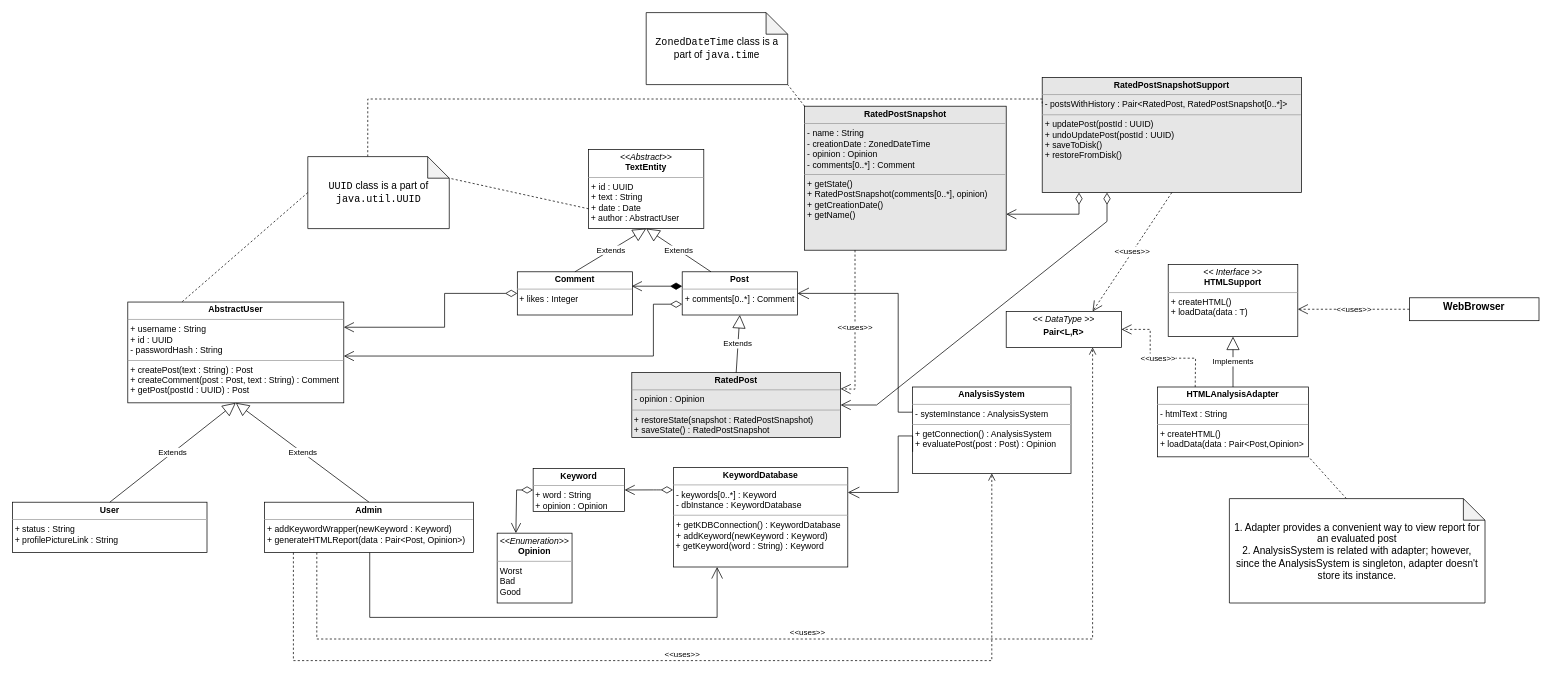
Above: assignment3/uml/assignment3.drawio in ar7ch/iu-ssad (draw.io), before the change. Source tidied: cells renumbered, new cells numbered last; positions are measured from the earlier drawing's top-left corner, leaving out a move shared by most shapes. Both pictures are drawn from the tidied source at 72%, with x=0, y=0 at pixel (12, 12).
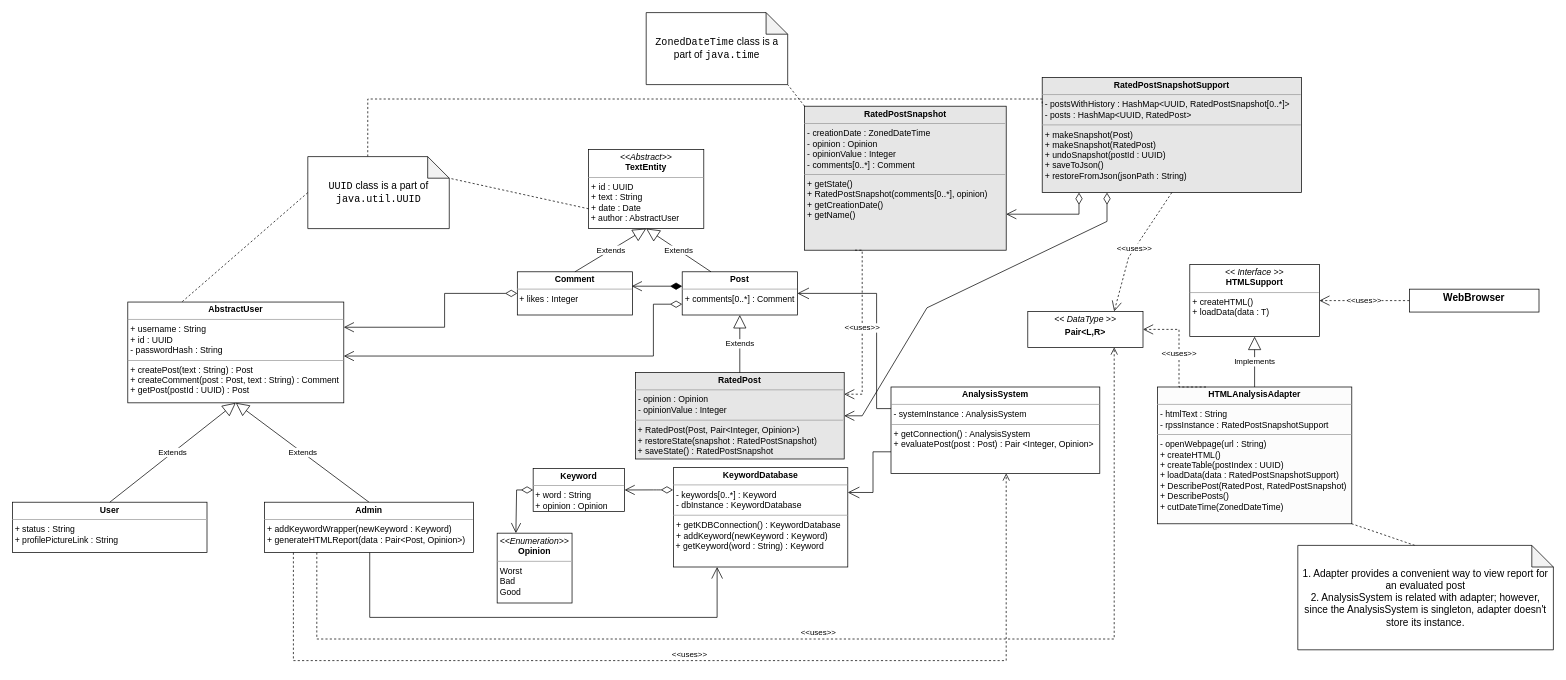
Above is the later version.

Commit message:
updated UML diagram

The change refers to these unchanged cells:
```xml
<mxCell id="3" value="&lt;p style=&quot;margin: 0px ; margin-top: 4px ; text-align: center&quot;&gt;&lt;b&gt;Post&lt;/b&gt;&lt;/p&gt;&lt;hr size=&quot;1&quot;&gt;&lt;p style=&quot;margin: 0px ; margin-left: 4px&quot;&gt;+ comments[0..*] : Comment&lt;br&gt;&lt;/p&gt;" style="verticalAlign=top;align=left;overflow=fill;fontSize=12;fontFamily=Helvetica;html=1;hachureGap=4;" parent="1" vertex="1">
  <mxGeometry x="930" y="360" width="160" height="60" as="geometry" />
</mxCell>
<mxCell id="5" value="&lt;p style=&quot;margin: 0px ; margin-top: 4px ; text-align: center&quot;&gt;&lt;b&gt;KeywordDatabase&lt;/b&gt;&lt;br&gt;&lt;/p&gt;&lt;hr size=&quot;1&quot;&gt;&lt;p style=&quot;margin: 0px ; margin-left: 4px&quot;&gt;- keywords[0..*] : Keyword&lt;br&gt;&lt;/p&gt;&lt;p style=&quot;margin: 0px ; margin-left: 4px&quot;&gt;- dbInstance : KeywordDatabase&lt;br&gt;&lt;/p&gt;&lt;hr size=&quot;1&quot;&gt;&lt;p style=&quot;margin: 0px ; margin-left: 4px&quot;&gt;+ getKDBConnection() : KeywordDatabase&lt;br&gt;&lt;/p&gt;&lt;p style=&quot;margin: 0px ; margin-left: 4px&quot;&gt;+ addKeyword(newKeyword : Keyword)&lt;/p&gt;&lt;div&gt;&amp;nbsp;+ getKeyword(word : String) : Keyword&lt;br&gt;&lt;/div&gt;" style="verticalAlign=top;align=left;overflow=fill;fontSize=12;fontFamily=Helvetica;html=1;hachureGap=4;" parent="1" vertex="1">
  <mxGeometry x="918" y="632" width="242" height="138" as="geometry" />
</mxCell>
```

What changed in the source:
```diff
@@
-    <mxCell id="8" style="edgeStyle=orthogonalEdgeStyle;rounded=0;jettySize=auto;html=1;exitX=0;exitY=0.25;exitDx=0;exitDy=0;endArrow=open;startSize=14;endSize=14;sourcePerimeterSpacing=8;targetPerimeterSpacing=8;entryX=1;entryY=0.5;entryDx=0;entryDy=0;" parent="1" edge="1" source="9" target="3">
+    <mxCell id="8" style="rounded=0;jettySize=auto;html=1;exitX=0;exitY=0.25;exitDx=0;exitDy=0;endArrow=open;startSize=14;endSize=14;sourcePerimeterSpacing=8;targetPerimeterSpacing=8;entryX=1;entryY=0.5;entryDx=0;entryDy=0;edgeStyle=orthogonalEdgeStyle;" parent="1" edge="1" source="9" target="3">
       <mxGeometry relative="1" as="geometry">
         <Array as="points">
-          <mxPoint x="1250" y="555" />
-          <mxPoint x="1230" y="555" />
-          <mxPoint x="1230" y="390" />
+          <mxPoint x="1200" y="550" />
+          <mxPoint x="1200" y="390" />
         </Array>
       </mxGeometry>
     </mxCell>
-    <mxCell id="9" value="&lt;p style=&quot;margin: 0px ; margin-top: 4px ; text-align: center&quot;&gt;&lt;b&gt;AnalysisSystem&lt;/b&gt;&lt;/p&gt;&lt;hr size=&quot;1&quot;&gt;&lt;p style=&quot;margin: 0px ; margin-left: 4px&quot;&gt;- systemInstance : AnalysisSystem&lt;br&gt;&lt;/p&gt;&lt;hr size=&quot;1&quot;&gt;&lt;p style=&quot;margin: 0px ; margin-left: 4px&quot;&gt;+ getConnection() : AnalysisSystem&lt;br&gt;&lt;/p&gt;&lt;p style=&quot;margin: 0px ; margin-left: 4px&quot;&gt;+ evaluatePost(post : Post) : Opinion&lt;/p&gt;" style="verticalAlign=top;align=left;overflow=fill;fontSize=12;fontFamily=Helvetica;html=1;hachureGap=4;" parent="1" vertex="1">
-      <mxGeometry x="1250" y="520" width="220" height="120" as="geometry" />
+    <mxCell id="9" value="&lt;p style=&quot;margin: 0px ; margin-top: 4px ; text-align: center&quot;&gt;&lt;b&gt;AnalysisSystem&lt;/b&gt;&lt;/p&gt;&lt;hr size=&quot;1&quot;&gt;&lt;p style=&quot;margin: 0px ; margin-left: 4px&quot;&gt;- systemInstance : AnalysisSystem&lt;br&gt;&lt;/p&gt;&lt;hr size=&quot;1&quot;&gt;&lt;p style=&quot;margin: 0px ; margin-left: 4px&quot;&gt;+ getConnection() : AnalysisSystem&lt;br&gt;&lt;/p&gt;&lt;p style=&quot;margin: 0px ; margin-left: 4px&quot;&gt;+ evaluatePost(post : Post) : Pair &amp;lt;Integer, Opinion&amp;gt;&lt;/p&gt;" style="verticalAlign=top;align=left;overflow=fill;fontSize=12;fontFamily=Helvetica;html=1;hachureGap=4;" parent="1" vertex="1">
+      <mxGeometry x="1220" y="520" width="290" height="120" as="geometry" />
     </mxCell>
-    <mxCell id="10" style="edgeStyle=orthogonalEdgeStyle;rounded=0;jettySize=auto;html=1;exitX=0;exitY=0.75;exitDx=0;exitDy=0;endArrow=open;startSize=14;endSize=14;sourcePerimeterSpacing=8;targetPerimeterSpacing=8;entryX=1;entryY=0.25;entryDx=0;entryDy=0;" parent="1" edge="1" source="9" target="5">
-      <mxGeometry relative="1" as="geometry">
-        <Array as="points">
-          <mxPoint x="1230" y="588" />
-          <mxPoint x="1230" y="667" />
-        </Array>
-      </mxGeometry>
+    <mxCell id="10" style="rounded=0;jettySize=auto;html=1;exitX=0;exitY=0.75;exitDx=0;exitDy=0;endArrow=open;startSize=14;endSize=14;sourcePerimeterSpacing=8;targetPerimeterSpacing=8;entryX=1;entryY=0.25;entryDx=0;entryDy=0;edgeStyle=orthogonalEdgeStyle;" parent="1" edge="1" source="9" target="5">
+      <mxGeometry relative="1" as="geometry" />
     </mxCell>
@@
     <mxCell id="22" value="&lt;p style=&quot;margin: 0px ; margin-top: 4px ; text-align: center&quot;&gt;&lt;i&gt;&amp;lt;&amp;lt; Interface &amp;gt;&amp;gt;&lt;/i&gt;&lt;b&gt;&lt;br&gt;HTMLSupport&lt;/b&gt;&lt;/p&gt;&lt;hr size=&quot;1&quot;&gt;&lt;p style=&quot;margin: 0px ; margin-left: 4px&quot;&gt;+ createHTML()&lt;br&gt;+ loadData(data : T)&lt;br&gt;&lt;br&gt;&lt;/p&gt;" style="verticalAlign=top;align=left;overflow=fill;fontSize=12;fontFamily=Helvetica;html=1;fillColor=#FFFFFF;" parent="1" vertex="1">
-      <mxGeometry x="1605" y="350" width="180" height="100" as="geometry" />
+      <mxGeometry x="1635" y="350" width="180" height="100" as="geometry" />
     </mxCell>
-    <mxCell id="23" value="&lt;p style=&quot;margin: 0px ; margin-top: 4px ; text-align: center&quot;&gt;&lt;b&gt;HTMLAnalysisAdapter&lt;/b&gt;&lt;br&gt;&lt;/p&gt;&lt;hr size=&quot;1&quot;&gt;&lt;p style=&quot;margin: 0px ; margin-left: 4px&quot;&gt;- htmlText : String&lt;br&gt;&lt;/p&gt;&lt;hr size=&quot;1&quot;&gt;&lt;p style=&quot;margin: 0px ; margin-left: 4px&quot;&gt;+ createHTML()&lt;br&gt;+ loadData(data : Pair&amp;lt;Post,Opinion&amp;gt;&lt;br&gt;&lt;/p&gt;" style="verticalAlign=top;align=left;overflow=fill;fontSize=12;fontFamily=Helvetica;html=1;fillColor=#FFFFFF;" parent="1" vertex="1">
-      <mxGeometry x="1590" y="520" width="210" height="97" as="geometry" />
+    <mxCell id="23" value="&lt;p style=&quot;margin: 0px ; margin-top: 4px ; text-align: center&quot;&gt;&lt;b&gt;HTMLAnalysisAdapter&lt;/b&gt;&lt;br&gt;&lt;/p&gt;&lt;hr size=&quot;1&quot;&gt;&lt;p style=&quot;margin: 0px ; margin-left: 4px&quot;&gt;- htmlText : String&lt;br&gt;- rpssInstance : RatedPostSnapshotSupport&lt;br&gt;&lt;/p&gt;&lt;hr size=&quot;1&quot;&gt;&lt;p style=&quot;margin: 0px ; margin-left: 4px&quot;&gt;- openWebpage(url : String)&lt;br&gt;+ createHTML()&lt;/p&gt;&lt;p style=&quot;margin: 0px ; margin-left: 4px&quot;&gt;+ createTable(postIndex : UUID)&lt;br&gt;+ loadData(data : RatedPostSnapshotSupport)&lt;/p&gt;&lt;p style=&quot;margin: 0px ; margin-left: 4px&quot;&gt;+ DescribePost(RatedPost, RatedPostSnapshot)&lt;/p&gt;&lt;p style=&quot;margin: 0px ; margin-left: 4px&quot;&gt;+ DescribePosts()&lt;br&gt;+ cutDateTime(ZonedDateTime)&lt;br&gt;&lt;/p&gt;" style="verticalAlign=top;align=left;overflow=fill;fontSize=12;fontFamily=Helvetica;html=1;fillColor=#FCFCFC;" parent="1" vertex="1">
+      <mxGeometry x="1590" y="520" width="270" height="190" as="geometry" />
     </mxCell>
     <mxCell id="24" value="&lt;p style=&quot;margin: 0px ; margin-top: 4px ; text-align: center&quot;&gt;&lt;font style=&quot;font-size: 14px&quot;&gt;&lt;b&gt;WebBrowser&lt;/b&gt;&lt;/font&gt;&lt;/p&gt;" style="verticalAlign=top;align=left;overflow=fill;fontSize=12;fontFamily=Helvetica;html=1;fillColor=#FFFFFF;" parent="1" vertex="1">
-      <mxGeometry x="1940" y="396.1" width="180" height="31.8" as="geometry" />
+      <mxGeometry x="1940" y="384.1" width="180" height="31.8" as="geometry" />
     </mxCell>
@@
     <mxCell id="27" value="&lt;font style=&quot;font-size: 14px&quot;&gt;1. Adapter provides a convenient way to view report for an evaluated post&lt;br&gt;2. AnalysisSystem is related with adapter; however, since the AnalysisSystem is singleton, adapter doesn't store its instance.&lt;/font&gt;" style="shape=note;whiteSpace=wrap;html=1;backgroundOutline=1;darkOpacity=0.05;fontSize=14;fillColor=#FFFFFF;" parent="1" vertex="1">
-      <mxGeometry x="1690" y="675" width="355" height="145" as="geometry" />
+      <mxGeometry x="1785" y="740" width="355" height="145" as="geometry" />
     </mxCell>
     <mxCell id="28" value="&lt;p style=&quot;margin: 0px ; margin-top: 4px ; text-align: center&quot;&gt;&lt;i&gt;&amp;lt;&amp;lt; DataType &amp;gt;&amp;gt;&lt;br&gt;&lt;/i&gt;&lt;/p&gt;&lt;p style=&quot;margin: 0px ; margin-top: 4px ; text-align: center&quot;&gt;&lt;b&gt;Pair&amp;lt;L,R&amp;gt;&lt;/b&gt;&lt;/p&gt;&lt;p style=&quot;margin: 0px ; margin-top: 4px ; text-align: center&quot;&gt;&lt;b&gt;&lt;/b&gt;&lt;br&gt;&lt;/p&gt;&lt;hr size=&quot;1&quot;&gt;" style="verticalAlign=top;align=left;overflow=fill;fontSize=12;fontFamily=Helvetica;html=1;fillColor=#FFFFFF;" parent="1" vertex="1">
-      <mxGeometry x="1380" y="415" width="160" height="50" as="geometry" />
+      <mxGeometry x="1410" y="415" width="160" height="50" as="geometry" />
     </mxCell>
-    <mxCell id="29" value="&lt;p style=&quot;margin: 0px ; margin-top: 4px ; text-align: center&quot;&gt;&lt;b&gt;RatedPostSnapshot&lt;/b&gt;&lt;br&gt;&lt;/p&gt;&lt;hr size=&quot;1&quot;&gt;&lt;p style=&quot;margin: 0px ; margin-left: 4px&quot;&gt;- name : String&lt;/p&gt;&lt;p style=&quot;margin: 0px ; margin-left: 4px&quot;&gt;- creationDate : ZonedDateTime&lt;br&gt;&lt;/p&gt;&lt;p style=&quot;margin: 0px ; margin-left: 4px&quot;&gt;- opinion : Opinion&lt;/p&gt;&lt;p style=&quot;margin: 0px ; margin-left: 4px&quot;&gt;- comments[0..*] : Comment&lt;br&gt;&lt;/p&gt;&lt;hr size=&quot;1&quot;&gt;&lt;p style=&quot;margin: 0px ; margin-left: 4px&quot;&gt;+ getState()&lt;/p&gt;&lt;p style=&quot;margin: 0px ; margin-left: 4px&quot;&gt;+ RatedPostSnapshot(comments[0..*], opinion)&lt;br&gt;+ getCreationDate()&lt;/p&gt;&lt;p style=&quot;margin: 0px ; margin-left: 4px&quot;&gt;+ getName()&lt;br&gt;&lt;br&gt;&lt;/p&gt;" style="verticalAlign=top;align=left;overflow=fill;fontSize=12;fontFamily=Helvetica;html=1;fillColor=#E6E6E6;" parent="1" vertex="1">
+    <mxCell id="29" value="&lt;p style=&quot;margin: 0px ; margin-top: 4px ; text-align: center&quot;&gt;&lt;b&gt;RatedPostSnapshot&lt;/b&gt;&lt;br&gt;&lt;/p&gt;&lt;hr size=&quot;1&quot;&gt;&lt;p style=&quot;margin: 0px ; margin-left: 4px&quot;&gt;- creationDate : ZonedDateTime&lt;br&gt;&lt;/p&gt;&lt;p style=&quot;margin: 0px ; margin-left: 4px&quot;&gt;- opinion : Opinion&lt;/p&gt;&lt;p style=&quot;margin: 0px ; margin-left: 4px&quot;&gt;- opinionValue : Integer&lt;br&gt;&lt;/p&gt;&lt;p style=&quot;margin: 0px ; margin-left: 4px&quot;&gt;- comments[0..*] : Comment&lt;br&gt;&lt;/p&gt;&lt;hr size=&quot;1&quot;&gt;&lt;p style=&quot;margin: 0px ; margin-left: 4px&quot;&gt;+ getState()&lt;/p&gt;&lt;p style=&quot;margin: 0px ; margin-left: 4px&quot;&gt;+ RatedPostSnapshot(comments[0..*], opinion)&lt;br&gt;+ getCreationDate()&lt;/p&gt;&lt;p style=&quot;margin: 0px ; margin-left: 4px&quot;&gt;+ getName()&lt;br&gt;&lt;br&gt;&lt;/p&gt;" style="verticalAlign=top;align=left;overflow=fill;fontSize=12;fontFamily=Helvetica;html=1;fillColor=#E6E6E6;" parent="1" vertex="1">
       <mxGeometry x="1100" y="130" width="280" height="200" as="geometry" />
     </mxCell>
-    <mxCell id="30" value="&lt;p style=&quot;margin: 0px ; margin-top: 4px ; text-align: center&quot;&gt;&lt;b&gt;RatedPost&lt;/b&gt;&lt;/p&gt;&lt;hr size=&quot;1&quot;&gt;&lt;p style=&quot;margin: 0px ; margin-left: 4px&quot;&gt;- opinion : Opinion&lt;br&gt;&lt;/p&gt;&lt;hr size=&quot;1&quot;&gt;&amp;nbsp;+ restoreState(snapshot : RatedPostSnapshot)&lt;br&gt;&amp;nbsp;+ saveState() : RatedPostSnapshot" style="verticalAlign=top;align=left;overflow=fill;fontSize=12;fontFamily=Helvetica;html=1;fillColor=#E6E6E6;" parent="1" vertex="1">
-      <mxGeometry x="860" y="500" width="290" height="90" as="geometry" />
+    <mxCell id="30" value="&lt;p style=&quot;margin: 0px ; margin-top: 4px ; text-align: center&quot;&gt;&lt;b&gt;RatedPost&lt;/b&gt;&lt;/p&gt;&lt;hr size=&quot;1&quot;&gt;&lt;p style=&quot;margin: 0px ; margin-left: 4px&quot;&gt;- opinion : Opinion&lt;br&gt;- opinionValue : Integer&lt;br&gt;&lt;/p&gt;&lt;hr size=&quot;1&quot;&gt;&amp;nbsp;+ RatedPost(Post, Pair&amp;lt;Integer, Opinion&amp;gt;)&lt;br&gt;&amp;nbsp;+ restoreState(snapshot : RatedPostSnapshot)&lt;br&gt;&amp;nbsp;+ saveState() : RatedPostSnapshot&lt;br&gt;&amp;nbsp;" style="verticalAlign=top;align=left;overflow=fill;fontSize=12;fontFamily=Helvetica;html=1;fillColor=#E6E6E6;" parent="1" vertex="1">
+      <mxGeometry x="865" y="500" width="290" height="120" as="geometry" />
     </mxCell>
@@
-    <mxCell id="32" value="&lt;p style=&quot;margin: 0px ; margin-top: 4px ; text-align: center&quot;&gt;&lt;b&gt;RatedPostSnapshotSupport&lt;/b&gt;&lt;br&gt;&lt;/p&gt;&lt;hr size=&quot;1&quot;&gt;&lt;p style=&quot;margin: 0px ; margin-left: 4px&quot;&gt;- postsWithHistory : Pair&amp;lt;RatedPost, RatedPostSnapshot[0..*]&amp;gt;&lt;br&gt;&lt;/p&gt;&lt;hr size=&quot;1&quot;&gt;&lt;p style=&quot;margin: 0px ; margin-left: 4px&quot;&gt;+ updatePost(postId : UUID)&lt;/p&gt;&lt;p style=&quot;margin: 0px ; margin-left: 4px&quot;&gt;+ undoUpdatePost(postId : UUID)&lt;/p&gt;&lt;p style=&quot;margin: 0px ; margin-left: 4px&quot;&gt;+ saveToDisk()&lt;/p&gt;&lt;p style=&quot;margin: 0px ; margin-left: 4px&quot;&gt;+ restoreFromDisk()&lt;br&gt;&lt;/p&gt;" style="verticalAlign=top;align=left;overflow=fill;fontSize=12;fontFamily=Helvetica;html=1;fillColor=#E6E6E6;" parent="1" vertex="1">
+    <mxCell id="32" value="&lt;p style=&quot;margin: 0px ; margin-top: 4px ; text-align: center&quot;&gt;&lt;b&gt;RatedPostSnapshotSupport&lt;/b&gt;&lt;br&gt;&lt;/p&gt;&lt;hr size=&quot;1&quot;&gt;&lt;p style=&quot;margin: 0px ; margin-left: 4px&quot;&gt;- postsWithHistory : HashMap&amp;lt;UUID, RatedPostSnapshot[0..*]&amp;gt;&lt;br&gt;- posts : HashMap&amp;lt;UUID, RatedPost&amp;gt;&lt;br&gt;&lt;/p&gt;&lt;hr size=&quot;1&quot;&gt;&lt;p style=&quot;margin: 0px ; margin-left: 4px&quot;&gt;+ makeSnapshot(Post)&lt;/p&gt;&lt;p style=&quot;margin: 0px ; margin-left: 4px&quot;&gt;+ makeSnapshot(RatedPost)&lt;br&gt;&lt;/p&gt;&lt;p style=&quot;margin: 0px ; margin-left: 4px&quot;&gt;+ undoSnapshot(postId : UUID)&lt;/p&gt;&lt;p style=&quot;margin: 0px ; margin-left: 4px&quot;&gt;+ saveToJson()&lt;/p&gt;&lt;p style=&quot;margin: 0px ; margin-left: 4px&quot;&gt;+ restoreFromJson(jsonPath : String)&lt;br&gt;&lt;/p&gt;" style="verticalAlign=top;align=left;overflow=fill;fontSize=12;fontFamily=Helvetica;html=1;fillColor=#E6E6E6;" parent="1" vertex="1">
       <mxGeometry x="1430" y="90" width="360" height="160" as="geometry" />
     </mxCell>
     <mxCell id="33" value="&amp;lt;&amp;lt;uses&amp;gt;&amp;gt;" style="html=1;verticalAlign=bottom;endArrow=open;dashed=1;endSize=8;rounded=0;exitX=0.25;exitY=1;exitDx=0;exitDy=0;entryX=0.75;entryY=1;entryDx=0;entryDy=0;edgeStyle=orthogonalEdgeStyle;" parent="1" edge="1" target="28">
       <mxGeometry relative="1" as="geometry">
         <mxPoint x="422.5" y="750" as="sourcePoint" />
         <Array as="points">
           <mxPoint x="423" y="870" />
-          <mxPoint x="1500" y="870" />
+          <mxPoint x="1530" y="870" />
         </Array>
       </mxGeometry>
     </mxCell>
-    <mxCell id="34" value="&amp;lt;&amp;lt;uses&amp;gt;&amp;gt;" style="endArrow=open;endSize=12;dashed=1;html=1;rounded=0;exitX=0.25;exitY=0;exitDx=0;exitDy=0;entryX=1;entryY=0.5;entryDx=0;entryDy=0;" parent="1" edge="1" source="23" target="28">
+    <mxCell id="34" value="&amp;lt;&amp;lt;uses&amp;gt;&amp;gt;" style="endArrow=open;endSize=12;dashed=1;html=1;rounded=0;exitX=0.25;exitY=0;exitDx=0;exitDy=0;entryX=1;entryY=0.5;entryDx=0;entryDy=0;edgeStyle=orthogonalEdgeStyle;" parent="1" edge="1" source="23" target="28">
       <mxGeometry relative="1" as="geometry">
         <Array as="points">
-          <mxPoint x="1643" y="480" />
-          <mxPoint x="1580" y="480" />
-          <mxPoint x="1580" y="440" />
+          <mxPoint x="1620" y="520" />
+          <mxPoint x="1620" y="440" />
         </Array>
       </mxGeometry>
     </mxCell>
-    <mxCell id="35" value="&amp;lt;&amp;lt;uses&amp;gt;&amp;gt;" style="html=1;verticalAlign=bottom;endArrow=open;dashed=1;endSize=8;rounded=0;exitX=0.25;exitY=1;exitDx=0;exitDy=0;entryX=0.5;entryY=1;entryDx=0;entryDy=0;edgeStyle=orthogonalEdgeStyle;" parent="1" edge="1" target="9">
+    <mxCell id="35" value="&amp;lt;&amp;lt;uses&amp;gt;&amp;gt;" style="html=1;verticalAlign=bottom;endArrow=open;dashed=1;endSize=8;rounded=0;exitX=0.25;exitY=1;exitDx=0;exitDy=0;edgeStyle=orthogonalEdgeStyle;" parent="1" edge="1">
       <mxGeometry relative="1" as="geometry">
         <mxPoint x="390" y="750" as="sourcePoint" />
+        <mxPoint x="1380" y="640" as="targetPoint" />
         <Array as="points">
           <mxPoint x="390" y="900" />
-          <mxPoint x="1360" y="900" />
+          <mxPoint x="1380" y="900" />
         </Array>
       </mxGeometry>
     </mxCell>
     <mxCell id="36" value="&amp;lt;&amp;lt;uses&amp;gt;&amp;gt;" style="endArrow=open;endSize=12;dashed=1;html=1;rounded=0;exitX=0.5;exitY=1;exitDx=0;exitDy=0;entryX=0.75;entryY=0;entryDx=0;entryDy=0;" parent="1" edge="1" source="32" target="28">
       <mxGeometry relative="1" as="geometry">
         <Array as="points">
           <mxPoint x="1550" y="340" />
-          <mxPoint x="1530" y="370" />
         </Array>
       </mxGeometry>
     </mxCell>
@@
-    <mxCell id="43" value="&amp;lt;&amp;lt;uses&amp;gt;&amp;gt;" style="endArrow=open;endSize=12;dashed=1;html=1;rounded=0;exitX=0.25;exitY=1;exitDx=0;exitDy=0;entryX=1;entryY=0.25;entryDx=0;entryDy=0;" parent="1" edge="1" source="29" target="30">
+    <mxCell id="43" value="&amp;lt;&amp;lt;uses&amp;gt;&amp;gt;" style="endArrow=open;endSize=12;dashed=1;html=1;rounded=0;exitX=0.25;exitY=1;exitDx=0;exitDy=0;entryX=1;entryY=0.25;entryDx=0;entryDy=0;edgeStyle=orthogonalEdgeStyle;" parent="1" edge="1" source="29" target="30">
       <mxGeometry relative="1" as="geometry">
         <Array as="points">
-          <mxPoint x="1170" y="523" />
+          <mxPoint x="1180" y="330" />
+          <mxPoint x="1180" y="530" />
         </Array>
       </mxGeometry>
     </mxCell>
-    <mxCell id="44" value="&amp;lt;&amp;lt;uses&amp;gt;&amp;gt;" style="endArrow=open;endSize=12;dashed=1;html=1;rounded=0;exitX=0;exitY=0.5;exitDx=0;exitDy=0;edgeStyle=orthogonalEdgeStyle;" parent="1" edge="1" source="24">
-      <mxGeometry relative="1" as="geometry">
-        <mxPoint x="1785" y="412" as="targetPoint" />
-      </mxGeometry>
+    <mxCell id="44" value="&amp;lt;&amp;lt;uses&amp;gt;&amp;gt;" style="endArrow=open;endSize=12;dashed=1;html=1;rounded=0;exitX=0;exitY=0.5;exitDx=0;exitDy=0;edgeStyle=orthogonalEdgeStyle;entryX=1;entryY=0.5;entryDx=0;entryDy=0;" parent="1" edge="1" source="24" target="22">
+      <mxGeometry relative="1" as="geometry" />
     </mxCell>
@@
     <mxCell id="46" style="endArrow=open;html=1;endSize=12;startArrow=diamondThin;startSize=14;startFill=0;align=left;verticalAlign=bottom;rounded=0;fontFamily=Courier New;exitX=0.25;exitY=1;exitDx=0;exitDy=0;entryX=1;entryY=0.5;entryDx=0;entryDy=0;" parent="1" edge="1" source="32" target="30">
       <mxGeometry x="-0.88" y="30" relative="1" as="geometry">
         <Array as="points">
           <mxPoint x="1520" y="290" />
-          <mxPoint x="1200" y="545" />
+          <mxPoint x="1270" y="410" />
+          <mxPoint x="1180" y="560" />
         </Array>
       </mxGeometry>
     </mxCell>
```
